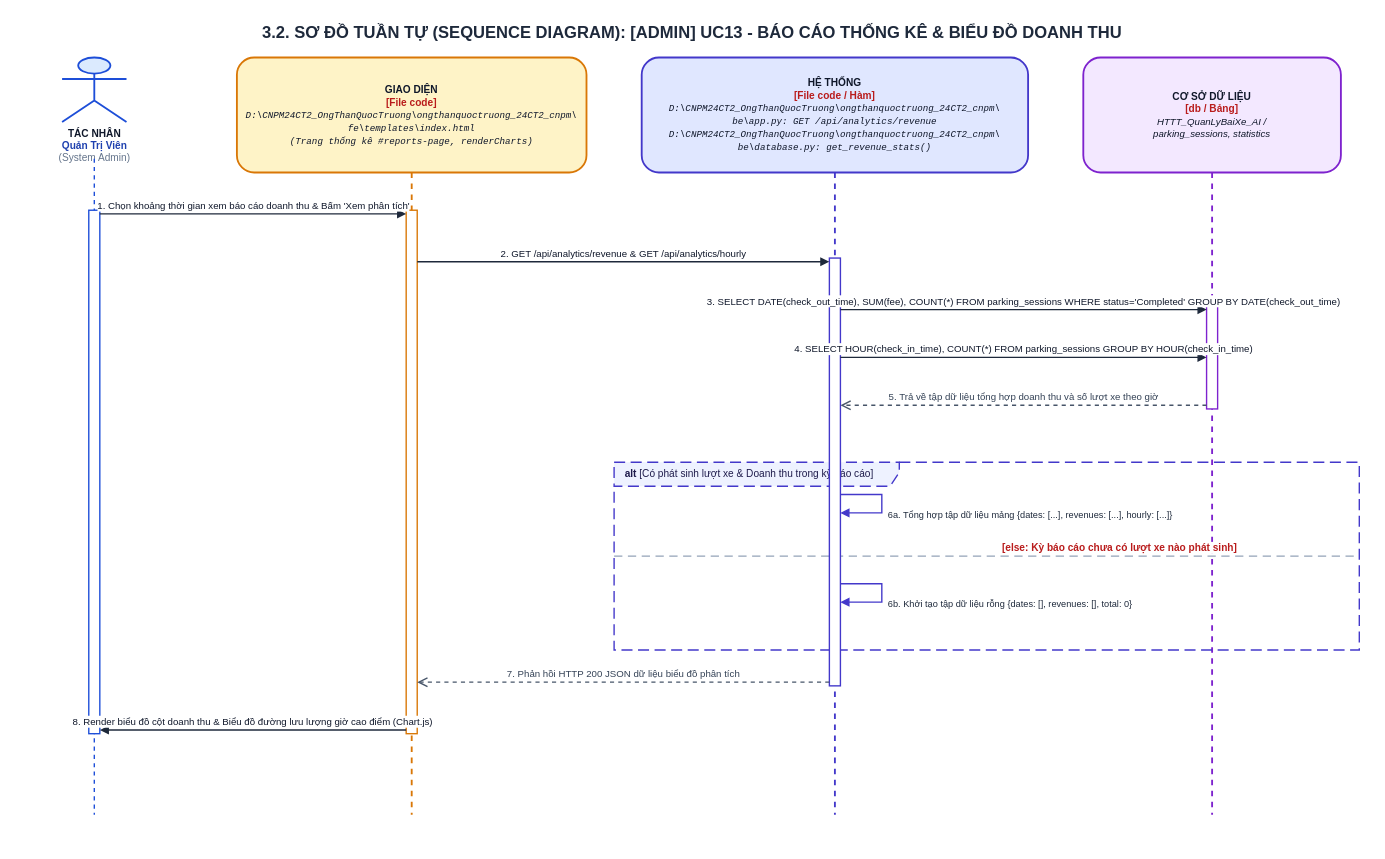
Earlier version of the draw.io diagram ongthanquoctruong_24CT2_cnpm/docs/drawio/uc13_admin_analytics.drawio (Truong027/CNPM24). Source tidied: cells renumbered, new cells numbered last; positions are measured from the earlier drawing's top-left corner, leaving out a move shared by most shapes. Both pictures are drawn from the tidied source at 92%, with x=0, y=0 at pixel (34, 16).
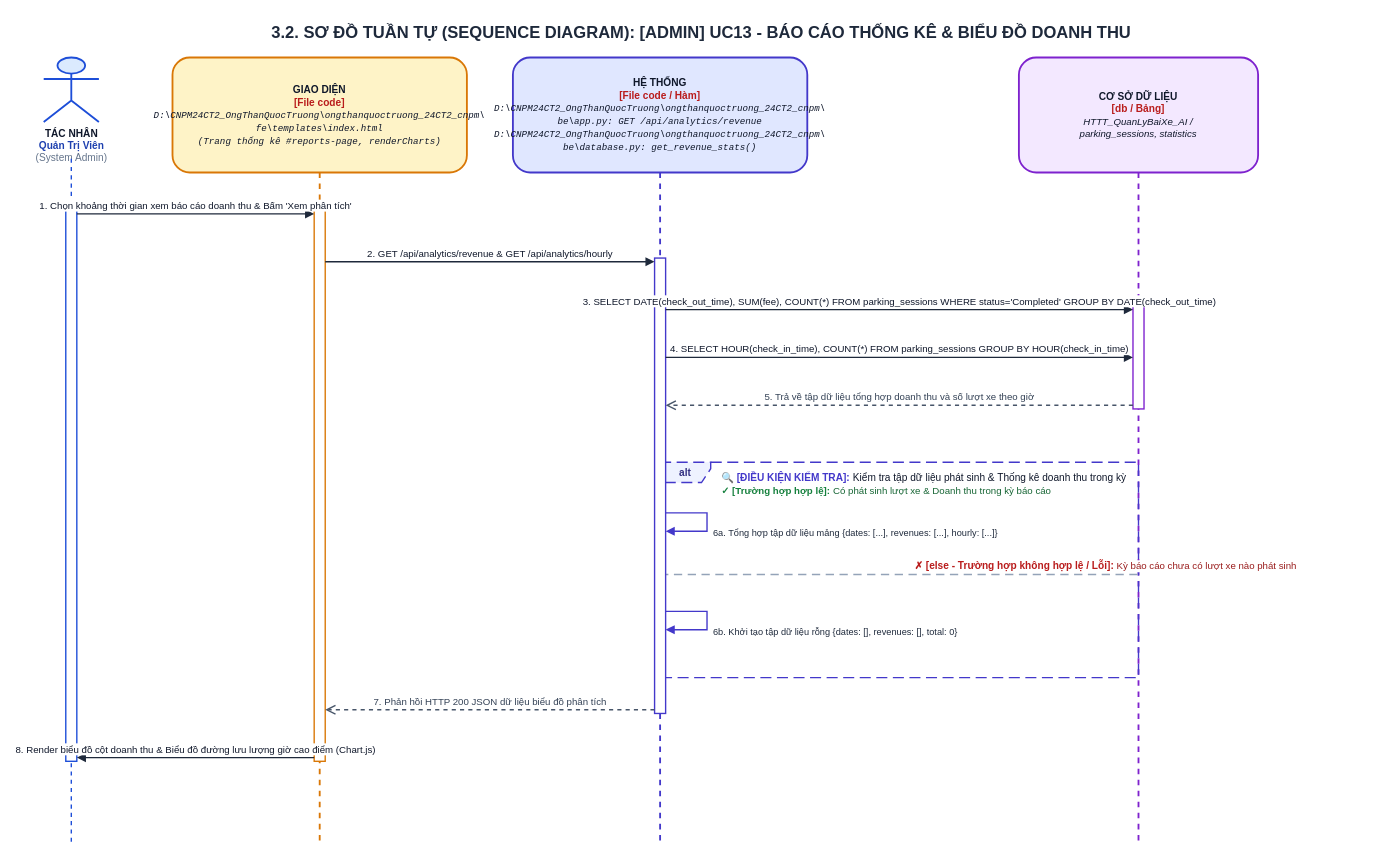
Above is the later version.

The edit, as a diff of the source:
```diff
@@
     <mxCell id="2" value="&lt;b&gt;3.2. SƠ ĐỒ TUẦN TỰ (SEQUENCE DIAGRAM): [ADMIN] UC13 - BÁO CÁO THỐNG KÊ &amp; BIỂU ĐỒ DOANH THU&lt;/b&gt;" style="text;html=1;strokeColor=none;fillColor=none;align=center;verticalAlign=middle;whiteSpace=wrap;rounded=0;fontSize=18;fontColor=#1E293B;fontStyle=1;" parent="1" vertex="1">
-      <mxGeometry width="1430" height="35" as="geometry" />
+      <mxGeometry width="1450" height="35" as="geometry" />
     </mxCell>
     <mxCell id="3" value="&lt;b&gt;TÁC NHÂN&lt;/b&gt;&lt;br/&gt;&lt;font color='#1E40AF'&gt;&lt;b&gt;Quản Trị Viên&lt;/b&gt;&lt;/font&gt;&lt;br/&gt;&lt;font color='#64748B'&gt;(System Admin)&lt;/font&gt;" style="shape=umlActor;verticalLabelPosition=bottom;verticalAlign=top;html=1;fillColor=#DBEAFE;strokeColor=#1D4ED8;strokeWidth=2;fontSize=11;fontColor=#0F172A;align=center;" parent="1" vertex="1">
-      <mxGeometry x="30" y="45" width="70" height="70" as="geometry" />
+      <mxGeometry x="10" y="45" width="60" height="70" as="geometry" />
     </mxCell>
     <mxCell id="4" style="endArrow=none;dashed=1;html=1;strokeWidth=1.5;strokeColor=#1D4ED8;" parent="1" edge="1">
       <mxGeometry relative="1" as="geometry">
-        <mxPoint x="65" y="155" as="sourcePoint" />
-        <mxPoint x="65" y="868" as="targetPoint" />
+        <mxPoint x="40" y="155" as="sourcePoint" />
+        <mxPoint x="40" y="898" as="targetPoint" />
       </mxGeometry>
     </mxCell>
     <mxCell id="5" value="&lt;b&gt;GIAO DIỆN&lt;/b&gt;&lt;br/&gt;&lt;font color='#B91C1C'&gt;&lt;b&gt;[File code]&lt;/b&gt;&lt;/font&gt;&lt;br/&gt;&lt;font style='font-size: 10px; font-family: Consolas, monospace;'&gt;&lt;i&gt;D:\CNPM24CT2_OngThanQuocTruong\ongthanquoctruong_24CT2_cnpm\&lt;br/&gt;fe\templates\index.html&lt;br/&gt;(Trang thống kê #reports-page, renderCharts)&lt;/i&gt;&lt;/font&gt;" style="shape=umlLifeline;perimeter=lifelinePerimeter;whiteSpace=wrap;html=1;size=125;fillColor=#FEF3C7;strokeColor=#D97706;strokeWidth=2;fontColor=#0F172A;rounded=1;shadow=0;fontSize=11;align=center;" parent="1" vertex="1">
-      <mxGeometry x="220" y="45" width="380" height="823" as="geometry" />
+      <mxGeometry x="150" y="45" width="320" height="853" as="geometry" />
     </mxCell>
     <mxCell id="6" value="&lt;b&gt;HỆ THỐNG&lt;/b&gt;&lt;br/&gt;&lt;font color='#B91C1C'&gt;&lt;b&gt;[File code / Hàm]&lt;/b&gt;&lt;/font&gt;&lt;br/&gt;&lt;font style='font-size: 10px; font-family: Consolas, monospace;'&gt;&lt;i&gt;D:\CNPM24CT2_OngThanQuocTruong\ongthanquoctruong_24CT2_cnpm\&lt;br/&gt;be\app.py: GET /api/analytics/revenue&lt;br/&gt;D:\CNPM24CT2_OngThanQuocTruong\ongthanquoctruong_24CT2_cnpm\&lt;br/&gt;be\database.py: get_revenue_stats()&lt;/i&gt;&lt;/font&gt;" style="shape=umlLifeline;perimeter=lifelinePerimeter;whiteSpace=wrap;html=1;size=125;fillColor=#E0E7FF;strokeColor=#4338CA;strokeWidth=2;fontColor=#0F172A;rounded=1;shadow=0;fontSize=11;align=center;" parent="1" vertex="1">
-      <mxGeometry x="660" y="45" width="420" height="823" as="geometry" />
+      <mxGeometry x="520" y="45" width="320" height="853" as="geometry" />
     </mxCell>
     <mxCell id="7" value="&lt;b&gt;CƠ SỞ DỮ LIỆU&lt;/b&gt;&lt;br/&gt;&lt;font color='#B91C1C'&gt;&lt;b&gt;[db / Bảng]&lt;/b&gt;&lt;/font&gt;&lt;br/&gt;&lt;font style='font-size: 10.5px;'&gt;&lt;i&gt;HTTT_QuanLyBaiXe_AI /&lt;br/&gt;parking_sessions, statistics&lt;/i&gt;&lt;/font&gt;" style="shape=umlLifeline;perimeter=lifelinePerimeter;whiteSpace=wrap;html=1;size=125;fillColor=#F3E8FF;strokeColor=#7E22CE;strokeWidth=2;fontColor=#0F172A;rounded=1;shadow=0;fontSize=11;align=center;" parent="1" vertex="1">
-      <mxGeometry x="1140" y="45" width="280" height="823" as="geometry" />
+      <mxGeometry x="1070" y="45" width="260" height="853" as="geometry" />
     </mxCell>
-    <mxCell id="8" value="&lt;b&gt;alt&lt;/b&gt; [Có phát sinh lượt xe &amp; Doanh thu trong kỳ báo cáo]" style="shape=umlFrame;whiteSpace=wrap;html=1;width=310;height=26;dashed=1;dashPattern=8 4;strokeColor=#4338CA;fillColor=#EEF2FF;strokeWidth=1.5;align=left;spacingLeft=10;verticalAlign=top;fontStyle=0;fontSize=11;fontColor=#1E1B4B;" parent="1" vertex="1">
-      <mxGeometry x="630" y="485" width="810" height="204" as="geometry" />
+    <mxCell id="8" value="&lt;b&gt;alt&lt;/b&gt;" style="shape=umlFrame;whiteSpace=wrap;html=1;width=55;height=22;dashed=1;dashPattern=8 4;strokeColor=#4338CA;fillColor=#EEF2FF;strokeWidth=1.5;align=center;verticalAlign=middle;fontStyle=1;fontSize=11;fontColor=#312E81;" parent="1" vertex="1">
+      <mxGeometry x="680" y="485" width="520" height="234" as="geometry" />
     </mxCell>
+    <mxCell id="23" value="&lt;b&gt;&lt;font color='#4338CA' style='font-size: 11px;'&gt;🔍 [ĐIỀU KIỆN KIỂM TRA]:&lt;/font&gt;&lt;/b&gt; &lt;font color='#0F172A' style='font-size: 11px;'&gt;Kiểm tra tập dữ liệu phát sinh &amp; Thống kê doanh thu trong kỳ&lt;/font&gt;&lt;br/&gt;&lt;b&gt;&lt;font color='#15803D' style='font-size: 10.5px;'&gt;✓ [Trường hợp hợp lệ]:&lt;/font&gt;&lt;/b&gt; &lt;font color='#166534' style='font-size: 10.5px;'&gt;Có phát sinh lượt xe &amp; Doanh thu trong kỳ báo cáo&lt;/font&gt;" style="text;html=1;strokeColor=none;fillColor=none;align=left;verticalAlign=top;whiteSpace=wrap;rounded=0;" parent="1" vertex="1">
+      <mxGeometry x="745" y="488" width="445" height="36" as="geometry" />
+    </mxCell>
-    <mxCell id="9" value="&lt;b&gt;[else: Kỳ báo cáo chưa có lượt xe nào phát sinh]&lt;/b&gt;" style="html=1;strokeWidth=1.5;strokeColor=#94A3B8;dashed=1;dashPattern=6 4;endArrow=none;align=left;verticalAlign=bottom;spacingLeft=15;fontColor=#B91C1C;fontSize=11;fontStyle=0;" parent="1" edge="1">
+    <mxCell id="9" value="&lt;b&gt;&lt;font color='#B91C1C' style='font-size: 11px;'&gt;✗ [else - Trường hợp không hợp lệ / Lỗi]:&lt;/font&gt;&lt;/b&gt; &lt;font color='#991B1B' style='font-size: 10.5px;'&gt;Kỳ báo cáo chưa có lượt xe nào phát sinh&lt;/font&gt;" style="html=1;strokeWidth=1.5;strokeColor=#94A3B8;dashed=1;dashPattern=6 4;endArrow=none;align=left;verticalAlign=bottom;spacingLeft=15;" parent="1" edge="1">
       <mxGeometry relative="1" as="geometry">
-        <mxPoint x="630" y="587" as="sourcePoint" />
-        <mxPoint x="1440" y="587" as="targetPoint" />
+        <mxPoint x="680" y="607" as="sourcePoint" />
+        <mxPoint x="1200" y="607" as="targetPoint" />
       </mxGeometry>
     </mxCell>
     <mxCell id="10" style="html=1;perimeter=orthogonalPerimeter;targetShapes=umlLifeline;topToBottom=1;fillColor=#FFFFFF;strokeColor=#1D4ED8;strokeWidth=1.5;rounded=0;" parent="1" vertex="1">
-      <mxGeometry x="59" y="211" width="12" height="569" as="geometry" />
+      <mxGeometry x="34" y="211" width="12" height="599" as="geometry" />
     </mxCell>
     <mxCell id="11" style="html=1;perimeter=orthogonalPerimeter;targetShapes=umlLifeline;topToBottom=1;fillColor=#FFFFFF;strokeColor=#D97706;strokeWidth=1.5;rounded=0;" parent="1" vertex="1">
-      <mxGeometry x="404" y="211" width="12" height="569" as="geometry" />
+      <mxGeometry x="304" y="211" width="12" height="599" as="geometry" />
     </mxCell>
     <mxCell id="12" style="html=1;perimeter=orthogonalPerimeter;targetShapes=umlLifeline;topToBottom=1;fillColor=#FFFFFF;strokeColor=#4338CA;strokeWidth=1.5;rounded=0;" parent="1" vertex="1">
-      <mxGeometry x="864" y="263" width="12" height="465" as="geometry" />
+      <mxGeometry x="674" y="263" width="12" height="495" as="geometry" />
     </mxCell>
     <mxCell id="13" style="html=1;perimeter=orthogonalPerimeter;targetShapes=umlLifeline;topToBottom=1;fillColor=#FFFFFF;strokeColor=#7E22CE;strokeWidth=1.5;rounded=0;" parent="1" vertex="1">
-      <mxGeometry x="1274" y="315" width="12" height="112" as="geometry" />
+      <mxGeometry x="1194" y="315" width="12" height="112" as="geometry" />
     </mxCell>
     <mxCell id="14" value="1. Chọn khoảng thời gian xem báo cáo doanh thu &amp; Bấm 'Xem phân tích'" style="html=1;verticalAlign=bottom;endArrow=block;rounded=0;strokeColor=#1E293B;strokeWidth=1.5;fontColor=#0F172A;fontSize=10.5;" parent="1" edge="1">
       <mxGeometry relative="1" as="geometry">
-        <mxPoint x="71" y="215" as="sourcePoint" />
-        <mxPoint x="404" y="215" as="targetPoint" />
+        <mxPoint x="46" y="215" as="sourcePoint" />
+        <mxPoint x="304" y="215" as="targetPoint" />
       </mxGeometry>
     </mxCell>
     <mxCell id="15" value="2. GET /api/analytics/revenue &amp; GET /api/analytics/hourly" style="html=1;verticalAlign=bottom;endArrow=block;rounded=0;strokeColor=#1E293B;strokeWidth=1.5;fontColor=#0F172A;fontSize=10.5;" parent="1" edge="1">
       <mxGeometry relative="1" as="geometry">
-        <mxPoint x="416" y="267" as="sourcePoint" />
-        <mxPoint x="864" y="267" as="targetPoint" />
+        <mxPoint x="316" y="267" as="sourcePoint" />
+        <mxPoint x="674" y="267" as="targetPoint" />
       </mxGeometry>
     </mxCell>
     <mxCell id="16" value="3. SELECT DATE(check_out_time), SUM(fee), COUNT(*) FROM parking_sessions WHERE status='Completed' GROUP BY DATE(check_out_time)" style="html=1;verticalAlign=bottom;endArrow=block;rounded=0;strokeColor=#1E293B;strokeWidth=1.5;fontColor=#0F172A;fontSize=10.5;" parent="1" edge="1">
       <mxGeometry relative="1" as="geometry">
-        <mxPoint x="876" y="319" as="sourcePoint" />
-        <mxPoint x="1274" y="319" as="targetPoint" />
+        <mxPoint x="686" y="319" as="sourcePoint" />
+        <mxPoint x="1194" y="319" as="targetPoint" />
       </mxGeometry>
     </mxCell>
     <mxCell id="17" value="4. SELECT HOUR(check_in_time), COUNT(*) FROM parking_sessions GROUP BY HOUR(check_in_time)" style="html=1;verticalAlign=bottom;endArrow=block;rounded=0;strokeColor=#1E293B;strokeWidth=1.5;fontColor=#0F172A;fontSize=10.5;" parent="1" edge="1">
       <mxGeometry relative="1" as="geometry">
-        <mxPoint x="876" y="371" as="sourcePoint" />
-        <mxPoint x="1274" y="371" as="targetPoint" />
+        <mxPoint x="686" y="371" as="sourcePoint" />
+        <mxPoint x="1194" y="371" as="targetPoint" />
       </mxGeometry>
     </mxCell>
     <mxCell id="18" value="5. Trả về tập dữ liệu tổng hợp doanh thu và số lượt xe theo giờ" style="html=1;verticalAlign=bottom;endArrow=open;dashed=1;endSize=8;rounded=0;strokeColor=#475569;strokeWidth=1.5;fontColor=#334155;fontSize=10.5;" parent="1" edge="1">
       <mxGeometry relative="1" as="geometry">
-        <mxPoint x="1274" y="423" as="sourcePoint" />
-        <mxPoint x="876" y="423" as="targetPoint" />
+        <mxPoint x="1194" y="423" as="sourcePoint" />
+        <mxPoint x="686" y="423" as="targetPoint" />
       </mxGeometry>
     </mxCell>
     <mxCell id="19" value="6a. Tổng hợp tập dữ liệu mảng {dates: [...], revenues: [...], hourly: [...]}" style="html=1;align=left;spacingLeft=5;verticalAlign=top;endArrow=block;rounded=0;edgeStyle=orthogonalEdgeStyle;curved=0;strokeColor=#4338CA;strokeWidth=1.5;fontColor=#1E293B;fontSize=10;" parent="1" edge="1">
       <mxGeometry relative="1" as="geometry">
-        <mxPoint x="876" y="520" as="sourcePoint" />
-        <mxPoint x="876" y="540" as="targetPoint" />
+        <mxPoint x="686" y="540" as="sourcePoint" />
+        <mxPoint x="686" y="560" as="targetPoint" />
         <Array as="points">
-          <mxPoint x="921" y="520" />
-          <mxPoint x="921" y="540" />
+          <mxPoint x="731" y="540" />
+          <mxPoint x="731" y="560" />
         </Array>
       </mxGeometry>
     </mxCell>
     <mxCell id="20" value="6b. Khởi tạo tập dữ liệu rỗng {dates: [], revenues: [], total: 0}" style="html=1;align=left;spacingLeft=5;verticalAlign=top;endArrow=block;rounded=0;edgeStyle=orthogonalEdgeStyle;curved=0;strokeColor=#4338CA;strokeWidth=1.5;fontColor=#1E293B;fontSize=10;" parent="1" edge="1">
       <mxGeometry relative="1" as="geometry">
-        <mxPoint x="876" y="617" as="sourcePoint" />
-        <mxPoint x="876" y="637" as="targetPoint" />
+        <mxPoint x="686" y="647" as="sourcePoint" />
+        <mxPoint x="686" y="667" as="targetPoint" />
         <Array as="points">
-          <mxPoint x="921" y="617" />
-          <mxPoint x="921" y="637" />
+          <mxPoint x="731" y="647" />
+          <mxPoint x="731" y="667" />
         </Array>
       </mxGeometry>
     </mxCell>
     <mxCell id="21" value="7. Phản hồi HTTP 200 JSON dữ liệu biểu đồ phân tích" style="html=1;verticalAlign=bottom;endArrow=open;dashed=1;endSize=8;rounded=0;strokeColor=#475569;strokeWidth=1.5;fontColor=#334155;fontSize=10.5;" parent="1" edge="1">
       <mxGeometry relative="1" as="geometry">
-        <mxPoint x="864" y="724" as="sourcePoint" />
-        <mxPoint x="416" y="724" as="targetPoint" />
+        <mxPoint x="674" y="754" as="sourcePoint" />
+        <mxPoint x="316" y="754" as="targetPoint" />
       </mxGeometry>
     </mxCell>
     <mxCell id="22" value="8. Render biểu đồ cột doanh thu &amp; Biểu đồ đường lưu lượng giờ cao điểm (Chart.js)" style="html=1;verticalAlign=bottom;endArrow=block;rounded=0;strokeColor=#1E293B;strokeWidth=1.5;fontColor=#0F172A;fontSize=10.5;" parent="1" edge="1">
       <mxGeometry relative="1" as="geometry">
-        <mxPoint x="404" y="776" as="sourcePoint" />
-        <mxPoint x="71" y="776" as="targetPoint" />
+        <mxPoint x="304" y="806" as="sourcePoint" />
+        <mxPoint x="46" y="806" as="targetPoint" />
       </mxGeometry>
     </mxCell>
```
